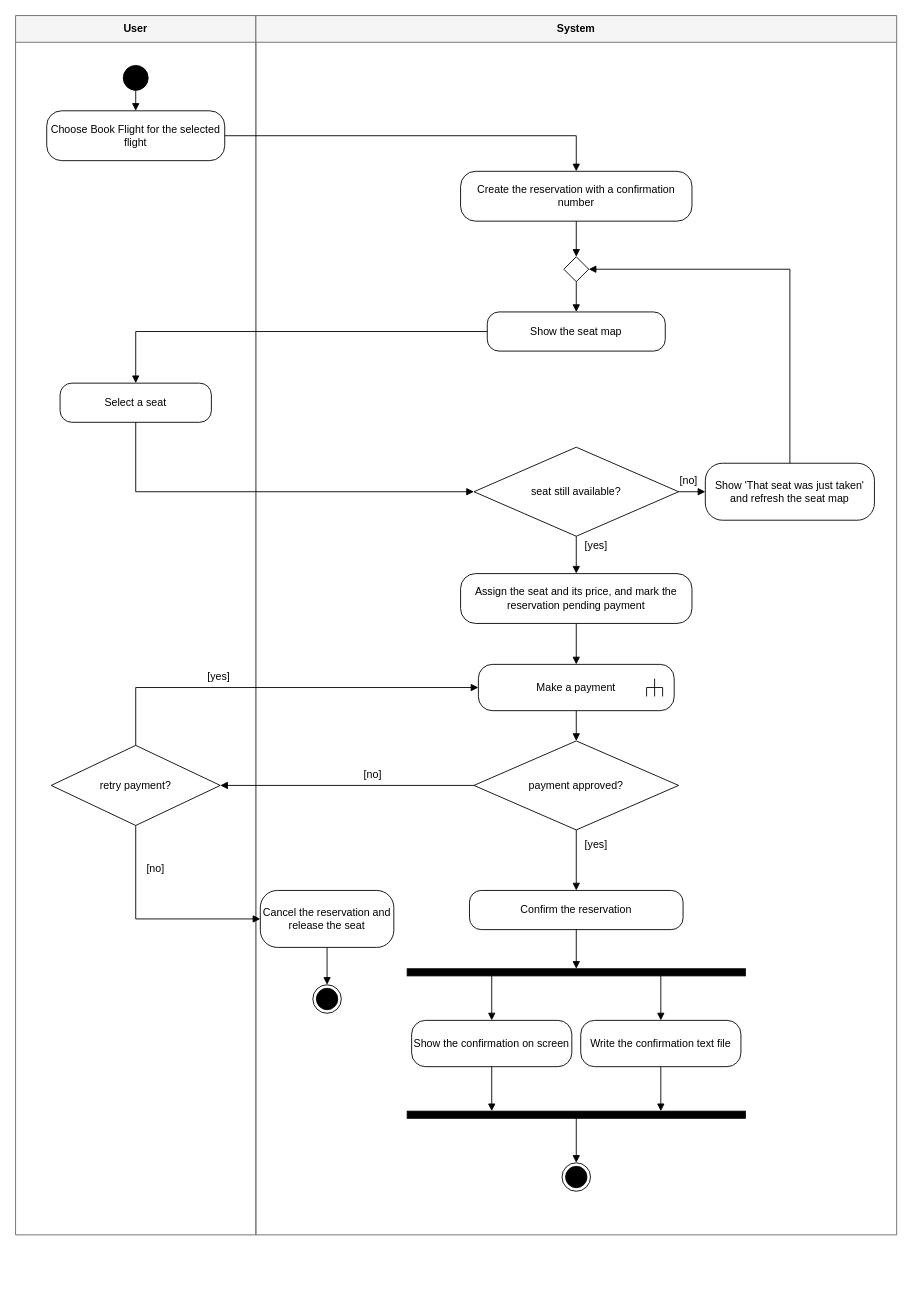
The draw.io diagram docs/diagrams/src/22-activity-book-flight.drawio in satyambhanot/ChinookAir, before the edit. Source tidied: cells renumbered, new cells numbered last; positions are measured from the earlier drawing's top-left corner, leaving out a move shared by most shapes. Both pictures are drawn from the tidied source at 89%, with x=0, y=0 at pixel (15, 15).
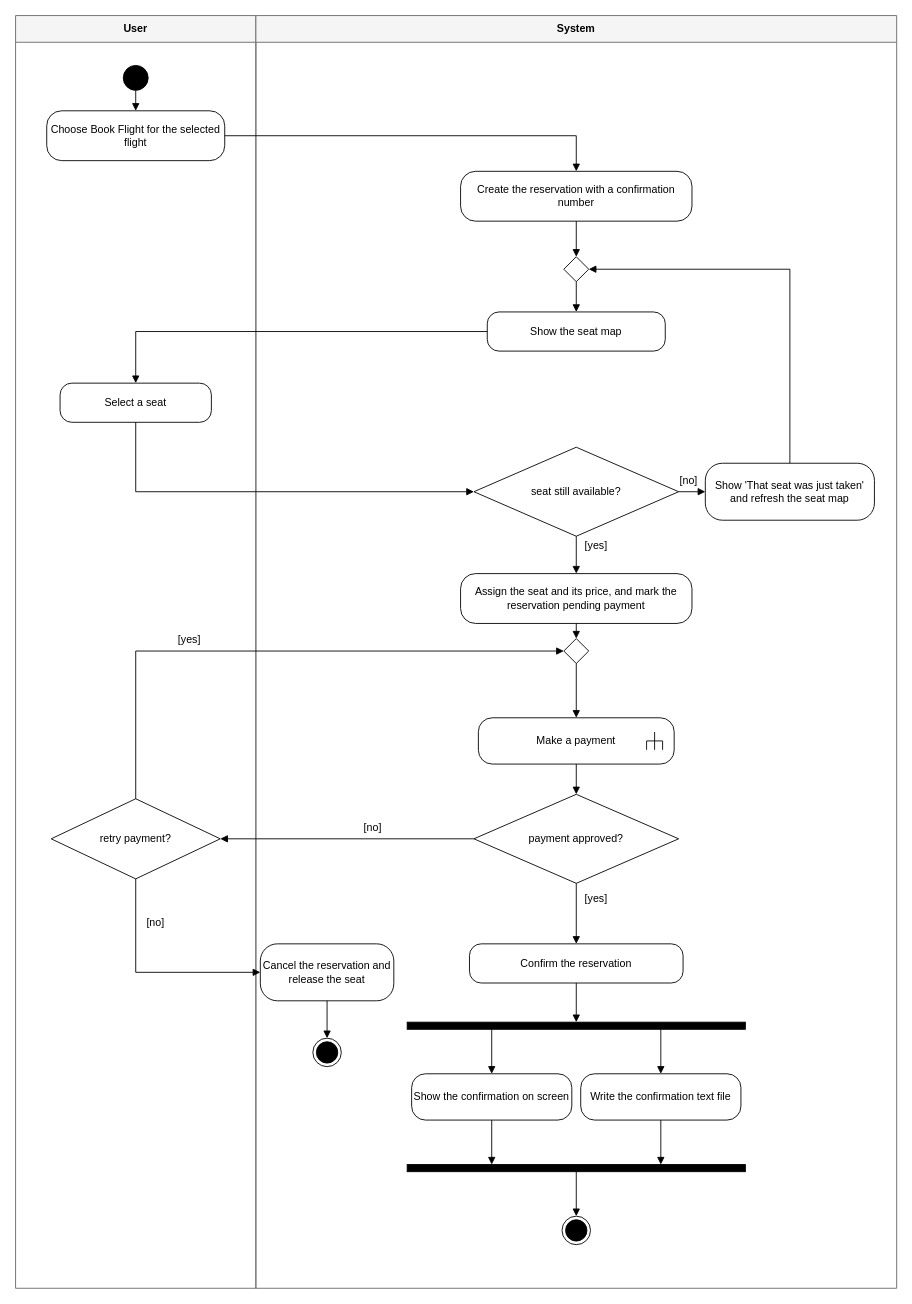
Above is the later version.

Unchanged cells that the change refers to:
```xml
<mxCell id="11" value="Assign the seat and its price, and mark the reservation pending payment" style="rounded=1;arcSize=30;whiteSpace=wrap;html=1;fillColor=#ffffff;strokeColor=#000000;fontFamily=Helvetica;fontSize=12;" parent="1" vertex="1">
  <mxGeometry x="500" y="627" width="260" height="56" as="geometry" />
</mxCell>
```

What changed in the source:
```diff
@@
     <mxCell id="2" value="User" style="swimlane;horizontal=1;startSize=30;whiteSpace=wrap;html=1;fontStyle=1;fillColor=#f5f5f5;strokeColor=#666666;fontFamily=Helvetica;fontSize=12;" parent="1" vertex="1">
-      <mxGeometry width="270" height="1370" as="geometry" />
+      <mxGeometry width="270" height="1430" as="geometry" />
     </mxCell>
     <mxCell id="3" value="System" style="swimlane;horizontal=1;startSize=30;whiteSpace=wrap;html=1;fontStyle=1;fillColor=#f5f5f5;strokeColor=#666666;fontFamily=Helvetica;fontSize=12;" parent="1" vertex="1">
-      <mxGeometry x="270" width="720" height="1370" as="geometry" />
+      <mxGeometry x="270" width="720" height="1430" as="geometry" />
     </mxCell>
@@
     <mxCell id="12" value="Make a payment" style="rounded=1;arcSize=30;whiteSpace=wrap;html=1;fillColor=#ffffff;strokeColor=#000000;fontFamily=Helvetica;fontSize=12;" parent="1" vertex="1">
-      <mxGeometry x="520" y="729" width="220" height="52" as="geometry" />
+      <mxGeometry x="520" y="789" width="220" height="52" as="geometry" />
     </mxCell>
     <mxCell id="13" value="payment approved?" style="rhombus;whiteSpace=wrap;html=1;fillColor=#ffffff;strokeColor=#000000;fontFamily=Helvetica;fontSize=12;" parent="1" vertex="1">
-      <mxGeometry x="515" y="815" width="230" height="100" as="geometry" />
+      <mxGeometry x="515" y="875" width="230" height="100" as="geometry" />
     </mxCell>
     <mxCell id="14" value="retry payment?" style="rhombus;whiteSpace=wrap;html=1;fillColor=#ffffff;strokeColor=#000000;fontFamily=Helvetica;fontSize=12;" parent="1" vertex="1">
-      <mxGeometry x="40" y="820" width="190" height="90" as="geometry" />
+      <mxGeometry x="40" y="880" width="190" height="90" as="geometry" />
     </mxCell>
     <mxCell id="15" value="Cancel the reservation and release the seat" style="rounded=1;arcSize=30;whiteSpace=wrap;html=1;fillColor=#ffffff;strokeColor=#000000;fontFamily=Helvetica;fontSize=12;" parent="1" vertex="1">
-      <mxGeometry x="275" y="983" width="150" height="64" as="geometry" />
+      <mxGeometry x="275" y="1043" width="150" height="64" as="geometry" />
     </mxCell>
     <mxCell id="16" style="ellipse;html=1;shape=endState;fillColor=#000000;strokeColor=#000000;fontFamily=Helvetica;fontSize=12;" parent="1" vertex="1">
-      <mxGeometry x="334" y="1089" width="32" height="32" as="geometry" />
+      <mxGeometry x="334" y="1149" width="32" height="32" as="geometry" />
     </mxCell>
     <mxCell id="17" value="Confirm the reservation" style="rounded=1;arcSize=30;whiteSpace=wrap;html=1;fillColor=#ffffff;strokeColor=#000000;fontFamily=Helvetica;fontSize=12;" parent="1" vertex="1">
-      <mxGeometry x="510" y="983" width="240" height="44" as="geometry" />
+      <mxGeometry x="510" y="1043" width="240" height="44" as="geometry" />
     </mxCell>
     <mxCell id="18" style="rounded=0;html=1;fillColor=#000000;strokeColor=#000000;fontFamily=Helvetica;fontSize=12;" parent="1" vertex="1">
-      <mxGeometry x="440" y="1071" width="380" height="8" as="geometry" />
+      <mxGeometry x="440" y="1131" width="380" height="8" as="geometry" />
     </mxCell>
     <mxCell id="19" value="Show the confirmation on screen" style="rounded=1;arcSize=30;whiteSpace=wrap;html=1;fillColor=#ffffff;strokeColor=#000000;fontFamily=Helvetica;fontSize=12;" parent="1" vertex="1">
-      <mxGeometry x="445" y="1129" width="180" height="52" as="geometry" />
+      <mxGeometry x="445" y="1189" width="180" height="52" as="geometry" />
     </mxCell>
     <mxCell id="20" value="Write the confirmation text file" style="rounded=1;arcSize=30;whiteSpace=wrap;html=1;fillColor=#ffffff;strokeColor=#000000;fontFamily=Helvetica;fontSize=12;" parent="1" vertex="1">
-      <mxGeometry x="635" y="1129" width="180" height="52" as="geometry" />
+      <mxGeometry x="635" y="1189" width="180" height="52" as="geometry" />
     </mxCell>
     <mxCell id="21" style="rounded=0;html=1;fillColor=#000000;strokeColor=#000000;fontFamily=Helvetica;fontSize=12;" parent="1" vertex="1">
-      <mxGeometry x="440" y="1231" width="380" height="8" as="geometry" />
+      <mxGeometry x="440" y="1291" width="380" height="8" as="geometry" />
     </mxCell>
     <mxCell id="22" style="ellipse;html=1;shape=endState;fillColor=#000000;strokeColor=#000000;fontFamily=Helvetica;fontSize=12;" parent="1" vertex="1">
-      <mxGeometry x="614" y="1289" width="32" height="32" as="geometry" />
+      <mxGeometry x="614" y="1349" width="32" height="32" as="geometry" />
     </mxCell>
     <mxCell id="23" style="endArrow=none;html=1;strokeColor=#000000;" parent="1" edge="1">
       <mxGeometry relative="1" as="geometry">
-        <mxPoint x="718" y="745" as="sourcePoint" />
-        <mxPoint x="718" y="765" as="targetPoint" />
+        <mxPoint x="718" y="805" as="sourcePoint" />
+        <mxPoint x="718" y="825" as="targetPoint" />
       </mxGeometry>
     </mxCell>
     <mxCell id="24" style="endArrow=none;html=1;strokeColor=#000000;" parent="1" edge="1">
       <mxGeometry relative="1" as="geometry">
-        <mxPoint x="709" y="755" as="sourcePoint" />
-        <mxPoint x="727" y="755" as="targetPoint" />
+        <mxPoint x="709" y="815" as="sourcePoint" />
+        <mxPoint x="727" y="815" as="targetPoint" />
       </mxGeometry>
     </mxCell>
     <mxCell id="25" style="endArrow=none;html=1;strokeColor=#000000;" parent="1" edge="1">
       <mxGeometry relative="1" as="geometry">
-        <mxPoint x="709" y="755" as="sourcePoint" />
-        <mxPoint x="709" y="765" as="targetPoint" />
+        <mxPoint x="709" y="815" as="sourcePoint" />
+        <mxPoint x="709" y="825" as="targetPoint" />
       </mxGeometry>
     </mxCell>
     <mxCell id="26" style="endArrow=none;html=1;strokeColor=#000000;" parent="1" edge="1">
       <mxGeometry relative="1" as="geometry">
-        <mxPoint x="727" y="755" as="sourcePoint" />
-        <mxPoint x="727" y="765" as="targetPoint" />
+        <mxPoint x="727" y="815" as="sourcePoint" />
+        <mxPoint x="727" y="825" as="targetPoint" />
       </mxGeometry>
     </mxCell>
@@
+    <mxCell id="50" style="rhombus;whiteSpace=wrap;html=1;fillColor=#ffffff;strokeColor=#000000;fontFamily=Helvetica;fontSize=12;" parent="1" vertex="1">
+      <mxGeometry x="616" y="700" width="28" height="28" as="geometry" />
+    </mxCell>
-    <mxCell id="37" style="html=1;rounded=0;endArrow=block;endFill=1;exitX=0.5000;exitY=1.0000;exitDx=0;exitDy=0;entryX=0.5000;entryY=0.0000;entryDx=0;entryDy=0;labelBackgroundColor=#ffffff;fontFamily=Helvetica;fontSize=12;" parent="1" edge="1" source="11" target="12">
+    <mxCell id="37" style="html=1;rounded=0;endArrow=block;endFill=1;exitX=0.5000;exitY=1.0000;exitDx=0;exitDy=0;entryX=0.5000;entryY=0.0000;entryDx=0;entryDy=0;labelBackgroundColor=#ffffff;fontFamily=Helvetica;fontSize=12;" parent="1" edge="1" source="11" target="50">
       <mxGeometry x="-0.5" relative="1" as="geometry">
         <mxPoint y="-12" as="offset" />
       </mxGeometry>
     </mxCell>
+    <mxCell id="51" style="html=1;rounded=0;endArrow=block;endFill=1;exitX=0.5000;exitY=1.0000;exitDx=0;exitDy=0;entryX=0.5000;entryY=0.0000;entryDx=0;entryDy=0;labelBackgroundColor=#ffffff;fontFamily=Helvetica;fontSize=12;" parent="1" edge="1" source="50" target="12">
+      <mxGeometry x="-0.5" relative="1" as="geometry">
+        <mxPoint y="-12" as="offset" />
+      </mxGeometry>
+    </mxCell>
@@
-    <mxCell id="40" value="[yes]" style="html=1;rounded=0;endArrow=block;endFill=1;exitX=0.5000;exitY=0.0000;exitDx=0;exitDy=0;entryX=0.0000;entryY=0.5000;entryDx=0;entryDy=0;labelBackgroundColor=#ffffff;fontFamily=Helvetica;fontSize=12;" parent="1" edge="1" source="14" target="12">
+    <mxCell id="40" value="[yes]" style="html=1;rounded=0;endArrow=block;endFill=1;exitX=0.5000;exitY=0.0000;exitDx=0;exitDy=0;entryX=0.0000;entryY=0.5000;entryDx=0;entryDy=0;labelBackgroundColor=#ffffff;fontFamily=Helvetica;fontSize=12;" parent="1" edge="1" source="14" target="50">
       <mxGeometry x="-0.3" relative="1" as="geometry">
         <Array as="points">
-          <mxPoint x="135" y="755" />
+          <mxPoint x="135" y="714" />
         </Array>
         <mxPoint y="-12" as="offset" />
       </mxGeometry>
     </mxCell>
     <mxCell id="41" value="[no]" style="html=1;rounded=0;endArrow=block;endFill=1;exitX=0.5000;exitY=1.0000;exitDx=0;exitDy=0;entryX=0.0000;entryY=0.5000;entryDx=0;entryDy=0;labelBackgroundColor=#ffffff;fontFamily=Helvetica;fontSize=12;" parent="1" edge="1" source="14" target="15">
       <mxGeometry x="-0.6" relative="1" as="geometry">
         <Array as="points">
-          <mxPoint x="135" y="1015" />
+          <mxPoint x="135" y="1075" />
         </Array>
         <mxPoint x="22" as="offset" />
       </mxGeometry>
     </mxCell>
```
